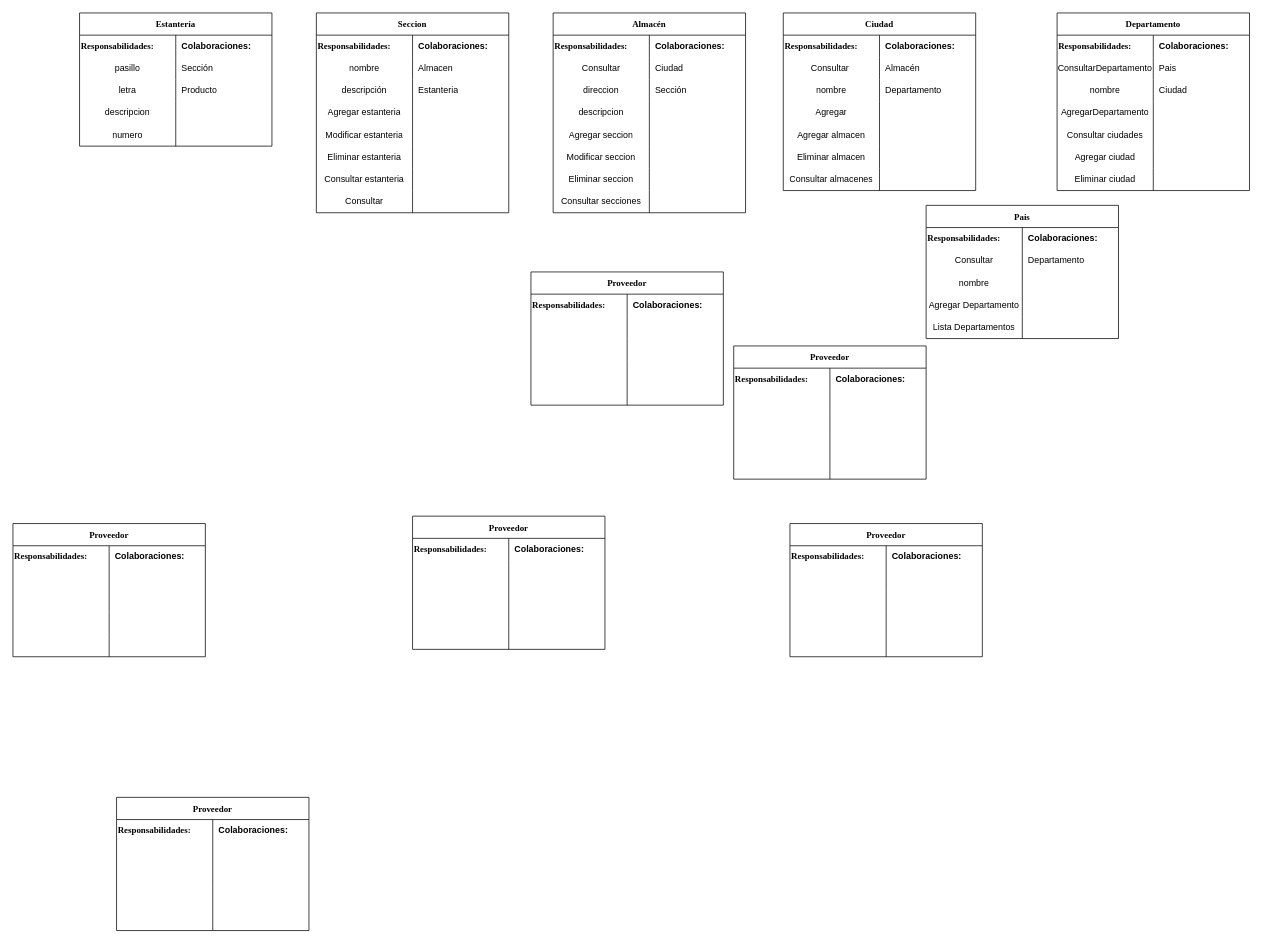
Before: page "CRC" (1 of 2) of Extraclase/Modelo de dominio/Tarjetas CRC.drawio in DOOPan2022/Presupuesto, a draw.io diagram. Source tidied: cells renumbered, new cells numbered last; positions are measured from the earlier drawing's top-left corner, leaving out a move shared by most shapes. Both pictures are drawn from the tidied source at 74%, with x=0, y=0 at pixel (13, 13).
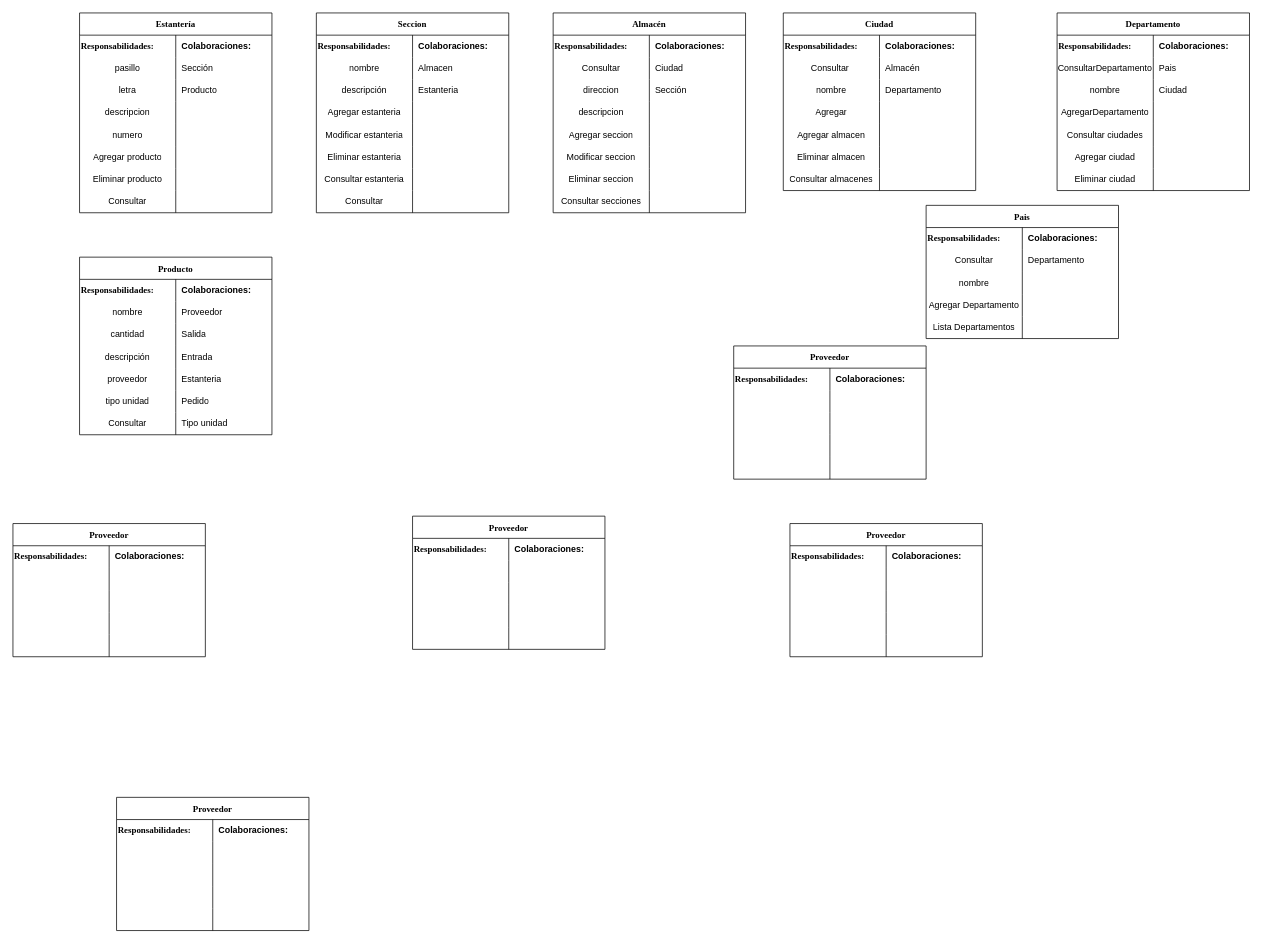
The same page after the edit.

Unchanged cells that the change refers to:
```xml
<mxCell id="6" style="shape=tableRow;horizontal=0;startSize=0;swimlaneHead=0;swimlaneBody=0;top=0;left=0;bottom=0;right=0;fillColor=none;" parent="2" vertex="1">
  <mxGeometry y="60" width="260" height="30" as="geometry" />
</mxCell>
<mxCell id="9" style="shape=tableRow;horizontal=0;startSize=0;swimlaneHead=0;swimlaneBody=0;top=0;left=0;bottom=0;right=0;fillColor=none;" parent="2" vertex="1">
  <mxGeometry y="90" width="260" height="30" as="geometry" />
</mxCell>
<mxCell id="12" style="shape=tableRow;horizontal=0;startSize=0;swimlaneHead=0;swimlaneBody=0;top=0;left=0;bottom=0;right=0;fillColor=none;" parent="2" vertex="1">
  <mxGeometry y="120" width="260" height="30" as="geometry" />
</mxCell>
<mxCell id="15" style="shape=tableRow;horizontal=0;startSize=0;swimlaneHead=0;swimlaneBody=0;top=0;left=0;bottom=0;right=0;fillColor=none;" parent="2" vertex="1">
  <mxGeometry y="150" width="260" height="30" as="geometry" />
</mxCell>
```

Diff of the diagram source:
```diff
@@
-    <mxCell id="2" value="Proveedor" style="shape=table;startSize=30;childLayout=tableLayout;rowLines=0;fontStyle=1;fontFamily=Times New Roman;" parent="1" vertex="1">
-      <mxGeometry x="700" y="350" width="260" height="180" as="geometry" />
+    <mxCell id="2" value="Producto" style="shape=table;startSize=30;childLayout=tableLayout;rowLines=0;fontStyle=1;fontFamily=Times New Roman;" parent="1" vertex="1">
+      <mxGeometry x="90" y="330" width="260" height="240" as="geometry" />
     </mxCell>
@@
-    <mxCell id="7" style="shape=partialRectangle;html=1;whiteSpace=wrap;fillColor=none;top=0;left=0;bottom=0;right=0;overflow=hidden;" parent="6" vertex="1">
+    <mxCell id="7" value="nombre" style="shape=partialRectangle;html=1;whiteSpace=wrap;fillColor=none;top=0;left=0;bottom=0;right=0;overflow=hidden;" parent="6" vertex="1">
       <mxGeometry width="130" height="30" as="geometry" />
     </mxCell>
-    <mxCell id="8" style="shape=partialRectangle;html=1;whiteSpace=wrap;fillColor=none;top=0;left=0;bottom=0;right=0;align=left;spacingLeft=6;overflow=hidden;" parent="6" vertex="1">
+    <mxCell id="8" value="Proveedor&lt;span style=&quot;white-space: pre;&quot;&gt; &lt;/span&gt;" style="shape=partialRectangle;html=1;whiteSpace=wrap;fillColor=none;top=0;left=0;bottom=0;right=0;align=left;spacingLeft=6;overflow=hidden;" parent="6" vertex="1">
       <mxGeometry x="130" width="130" height="30" as="geometry" />
     </mxCell>
@@
-    <mxCell id="10" style="shape=partialRectangle;html=1;whiteSpace=wrap;fillColor=none;top=0;left=0;bottom=0;right=0;overflow=hidden;" parent="9" vertex="1">
+    <mxCell id="10" value="cantidad" style="shape=partialRectangle;html=1;whiteSpace=wrap;fillColor=none;top=0;left=0;bottom=0;right=0;overflow=hidden;" parent="9" vertex="1">
       <mxGeometry width="130" height="30" as="geometry" />
     </mxCell>
-    <mxCell id="11" style="shape=partialRectangle;html=1;whiteSpace=wrap;fillColor=none;top=0;left=0;bottom=0;right=0;align=left;spacingLeft=6;overflow=hidden;" parent="9" vertex="1">
+    <mxCell id="11" value="Salida" style="shape=partialRectangle;html=1;whiteSpace=wrap;fillColor=none;top=0;left=0;bottom=0;right=0;align=left;spacingLeft=6;overflow=hidden;" parent="9" vertex="1">
       <mxGeometry x="130" width="130" height="30" as="geometry" />
     </mxCell>
@@
-    <mxCell id="13" style="shape=partialRectangle;html=1;whiteSpace=wrap;fillColor=none;top=0;left=0;bottom=0;right=0;overflow=hidden;" parent="12" vertex="1">
+    <mxCell id="13" value="descripción" style="shape=partialRectangle;html=1;whiteSpace=wrap;fillColor=none;top=0;left=0;bottom=0;right=0;overflow=hidden;" parent="12" vertex="1">
       <mxGeometry width="130" height="30" as="geometry" />
     </mxCell>
-    <mxCell id="14" style="shape=partialRectangle;html=1;whiteSpace=wrap;fillColor=none;top=0;left=0;bottom=0;right=0;align=left;spacingLeft=6;overflow=hidden;" parent="12" vertex="1">
+    <mxCell id="14" value="Entrada" style="shape=partialRectangle;html=1;whiteSpace=wrap;fillColor=none;top=0;left=0;bottom=0;right=0;align=left;spacingLeft=6;overflow=hidden;" parent="12" vertex="1">
       <mxGeometry x="130" width="130" height="30" as="geometry" />
     </mxCell>
@@
-    <mxCell id="16" style="shape=partialRectangle;html=1;whiteSpace=wrap;fillColor=none;top=0;left=0;bottom=0;right=0;overflow=hidden;" parent="15" vertex="1">
+    <mxCell id="16" value="proveedor" style="shape=partialRectangle;html=1;whiteSpace=wrap;fillColor=none;top=0;left=0;bottom=0;right=0;overflow=hidden;" parent="15" vertex="1">
       <mxGeometry width="130" height="30" as="geometry" />
     </mxCell>
-    <mxCell id="17" style="shape=partialRectangle;html=1;whiteSpace=wrap;fillColor=none;top=0;left=0;bottom=0;right=0;align=left;spacingLeft=6;overflow=hidden;" parent="15" vertex="1">
+    <mxCell id="17" value="Estanteria" style="shape=partialRectangle;html=1;whiteSpace=wrap;fillColor=none;top=0;left=0;bottom=0;right=0;align=left;spacingLeft=6;overflow=hidden;" parent="15" vertex="1">
       <mxGeometry x="130" width="130" height="30" as="geometry" />
     </mxCell>
+    <mxCell id="224" style="shape=tableRow;horizontal=0;startSize=0;swimlaneHead=0;swimlaneBody=0;top=0;left=0;bottom=0;right=0;fillColor=none;" parent="2" vertex="1">
+      <mxGeometry y="180" width="260" height="30" as="geometry" />
+    </mxCell>
+    <mxCell id="225" value="tipo unidad" style="shape=partialRectangle;html=1;whiteSpace=wrap;fillColor=none;top=0;left=0;bottom=0;right=0;overflow=hidden;" parent="224" vertex="1">
+      <mxGeometry width="130" height="30" as="geometry" />
+    </mxCell>
+    <mxCell id="226" value="Pedido" style="shape=partialRectangle;html=1;whiteSpace=wrap;fillColor=none;top=0;left=0;bottom=0;right=0;align=left;spacingLeft=6;overflow=hidden;" parent="224" vertex="1">
+      <mxGeometry x="130" width="130" height="30" as="geometry" />
+    </mxCell>
+    <mxCell id="227" style="shape=tableRow;horizontal=0;startSize=0;swimlaneHead=0;swimlaneBody=0;top=0;left=0;bottom=0;right=0;fillColor=none;" parent="2" vertex="1">
+      <mxGeometry y="210" width="260" height="30" as="geometry" />
+    </mxCell>
+    <mxCell id="228" value="Consultar" style="shape=partialRectangle;html=1;whiteSpace=wrap;fillColor=none;top=0;left=0;bottom=0;right=0;overflow=hidden;" parent="227" vertex="1">
+      <mxGeometry width="130" height="30" as="geometry" />
+    </mxCell>
+    <mxCell id="229" value="Tipo unidad" style="shape=partialRectangle;html=1;whiteSpace=wrap;fillColor=none;top=0;left=0;bottom=0;right=0;align=left;spacingLeft=6;overflow=hidden;" parent="227" vertex="1">
+      <mxGeometry x="130" width="130" height="30" as="geometry" />
+    </mxCell>
@@
     <mxCell id="98" value="Estantería" style="shape=table;startSize=30;childLayout=tableLayout;rowLines=0;fontStyle=1;fontFamily=Times New Roman;" parent="1" vertex="1">
-      <mxGeometry x="90" width="260" height="180" as="geometry" />
+      <mxGeometry x="90" width="260" height="270" as="geometry" />
     </mxCell>
@@
+    <mxCell id="230" style="shape=tableRow;horizontal=0;startSize=0;swimlaneHead=0;swimlaneBody=0;top=0;left=0;bottom=0;right=0;fillColor=none;" parent="98" vertex="1">
+      <mxGeometry y="180" width="260" height="30" as="geometry" />
+    </mxCell>
+    <mxCell id="231" value="Agregar producto" style="shape=partialRectangle;html=1;whiteSpace=wrap;fillColor=none;top=0;left=0;bottom=0;right=0;overflow=hidden;" parent="230" vertex="1">
+      <mxGeometry width="130" height="30" as="geometry" />
+    </mxCell>
+    <mxCell id="232" style="shape=partialRectangle;html=1;whiteSpace=wrap;fillColor=none;top=0;left=0;bottom=0;right=0;align=left;spacingLeft=6;overflow=hidden;" parent="230" vertex="1">
+      <mxGeometry x="130" width="130" height="30" as="geometry" />
+    </mxCell>
+    <mxCell id="233" style="shape=tableRow;horizontal=0;startSize=0;swimlaneHead=0;swimlaneBody=0;top=0;left=0;bottom=0;right=0;fillColor=none;" parent="98" vertex="1">
+      <mxGeometry y="210" width="260" height="30" as="geometry" />
+    </mxCell>
+    <mxCell id="234" value="Eliminar producto" style="shape=partialRectangle;html=1;whiteSpace=wrap;fillColor=none;top=0;left=0;bottom=0;right=0;overflow=hidden;" parent="233" vertex="1">
+      <mxGeometry width="130" height="30" as="geometry" />
+    </mxCell>
+    <mxCell id="235" style="shape=partialRectangle;html=1;whiteSpace=wrap;fillColor=none;top=0;left=0;bottom=0;right=0;align=left;spacingLeft=6;overflow=hidden;" parent="233" vertex="1">
+      <mxGeometry x="130" width="130" height="30" as="geometry" />
+    </mxCell>
+    <mxCell id="236" style="shape=tableRow;horizontal=0;startSize=0;swimlaneHead=0;swimlaneBody=0;top=0;left=0;bottom=0;right=0;fillColor=none;" parent="98" vertex="1">
+      <mxGeometry y="240" width="260" height="30" as="geometry" />
+    </mxCell>
+    <mxCell id="237" value="Consultar" style="shape=partialRectangle;html=1;whiteSpace=wrap;fillColor=none;top=0;left=0;bottom=0;right=0;overflow=hidden;" parent="236" vertex="1">
+      <mxGeometry width="130" height="30" as="geometry" />
+    </mxCell>
+    <mxCell id="238" style="shape=partialRectangle;html=1;whiteSpace=wrap;fillColor=none;top=0;left=0;bottom=0;right=0;align=left;spacingLeft=6;overflow=hidden;" parent="236" vertex="1">
+      <mxGeometry x="130" width="130" height="30" as="geometry" />
+    </mxCell>
```
